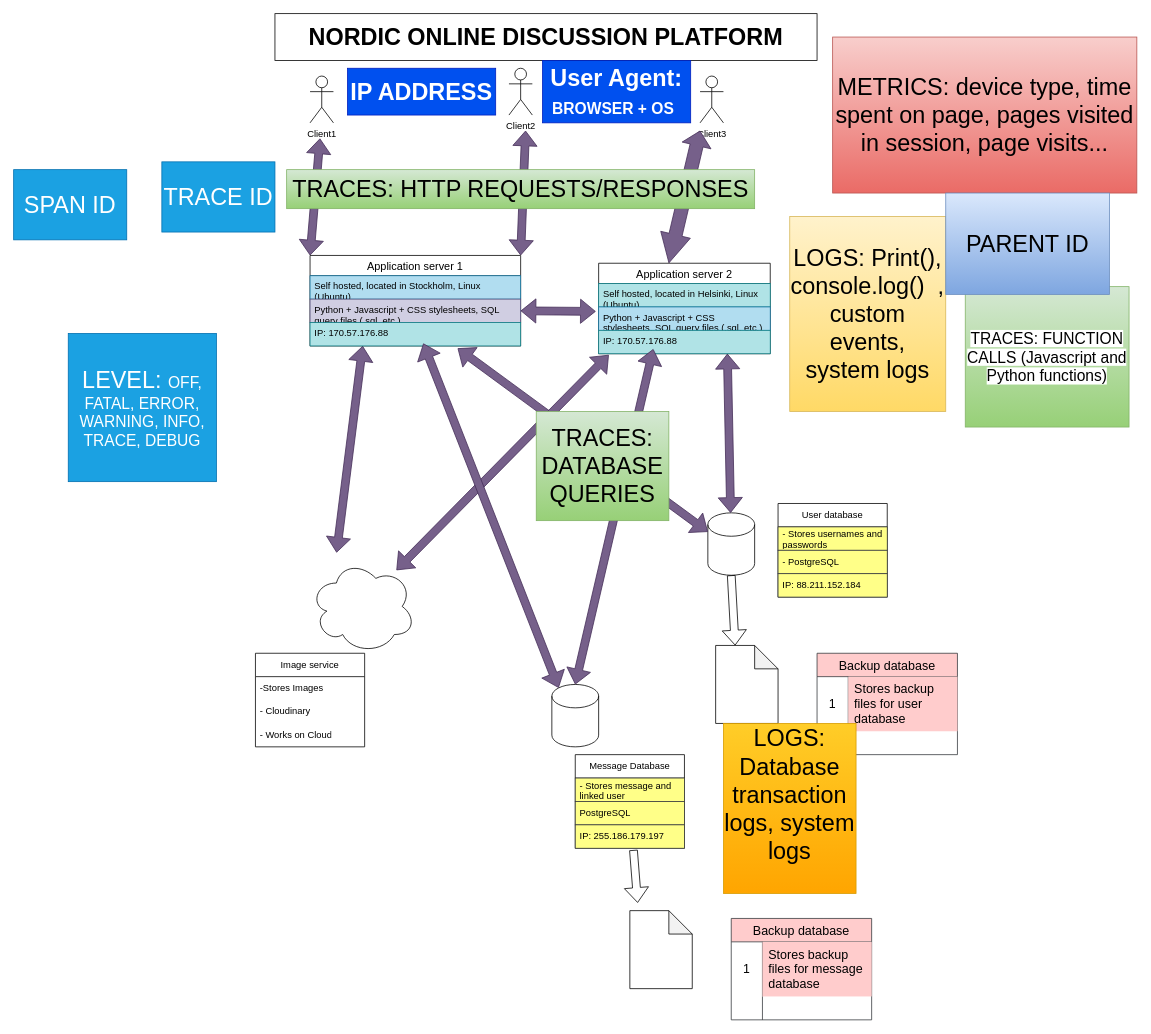
This is Imaginary_software.drawio from Fault-Furious/Documents, a draw.io file, before an edit. Source tidied: cells renumbered, new cells numbered last; positions are measured from the earlier drawing's top-left corner, leaving out a move shared by most shapes. Both pictures are drawn from the tidied source at 78%, with x=0, y=0 at pixel (13, 13).
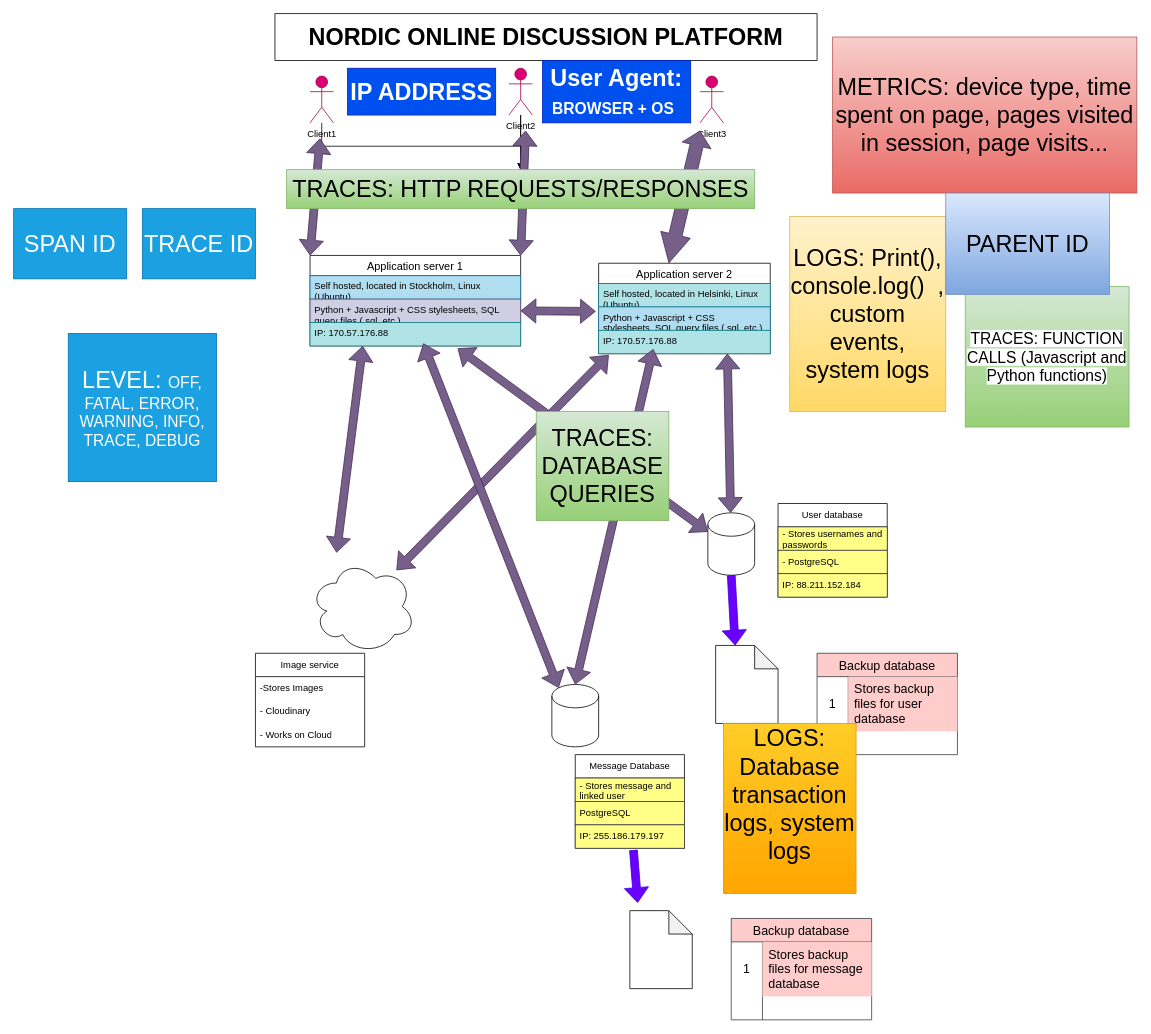
The same page after the edit.

The change refers to these unchanged cells:
```xml
<mxCell id="5" style="shape=cylinder3;whiteSpace=wrap;html=1;boundedLbl=1;backgroundOutline=1;size=15;" parent="1" vertex="1">
  <mxGeometry x="890" y="640" width="60" height="80" as="geometry" />
</mxCell>
<mxCell id="6" style="shape=note;whiteSpace=wrap;html=1;backgroundOutline=1;darkOpacity=0.05;" parent="1" vertex="1">
  <mxGeometry x="900" y="810" width="80" height="100" as="geometry" />
</mxCell>
<mxCell id="35" value="IP: 255.186.179.197 " style="text;strokeColor=#36393d;fillColor=#ffff88;align=left;verticalAlign=middle;spacingLeft=4;spacingRight=4;overflow=hidden;points=[[0,0.5],[1,0.5]];portConstraint=eastwest;whiteSpace=wrap;html=1;" parent="32" vertex="1">
  <mxGeometry y="90" width="140" height="30" as="geometry" />
</mxCell>
<mxCell id="57" value="&lt;font style=&quot;font-size: 30px;&quot;&gt;TRACES: HTTP REQUESTS/RESPONSES&lt;/font&gt;" style="text;html=1;whiteSpace=wrap;strokeColor=#82b366;fillColor=#d5e8d4;align=center;verticalAlign=middle;rounded=0;gradientColor=#97d077;" parent="1" vertex="1">
  <mxGeometry x="350" y="200" width="600" height="50" as="geometry" />
</mxCell>
```

What changed in the source:
```diff
@@
+    <mxCell id="69" style="edgeStyle=orthogonalEdgeStyle;rounded=0;jettySize=auto;html=1;" parent="1" edge="1" source="2" target="57">
+      <mxGeometry relative="1" as="geometry" />
+    </mxCell>
-    <mxCell id="2" value="Client1" style="shape=umlActor;verticalLabelPosition=bottom;verticalAlign=top;html=1;outlineConnect=0;" parent="1" vertex="1">
+    <mxCell id="2" value="&lt;span style=&quot;color: light-dark(rgb(0, 0, 0), rgb(230, 255, 204));&quot;&gt;Client1&lt;/span&gt;" style="shape=umlActor;verticalLabelPosition=bottom;verticalAlign=top;html=1;outlineConnect=0;fillColor=#d80073;fontColor=#ffffff;strokeColor=#A50040;" parent="1" vertex="1">
       <mxGeometry x="380" y="80" width="30" height="60" as="geometry" />
     </mxCell>
-    <mxCell id="3" value="Client3" style="shape=umlActor;verticalLabelPosition=bottom;verticalAlign=top;html=1;" parent="1" vertex="1">
+    <mxCell id="3" value="&lt;span style=&quot;color: light-dark(rgb(0, 0, 0), rgb(255, 255, 204));&quot;&gt;Client3&lt;/span&gt;" style="shape=umlActor;verticalLabelPosition=bottom;verticalAlign=top;html=1;fillColor=#d80073;fontColor=#ffffff;strokeColor=#A50040;" parent="1" vertex="1">
       <mxGeometry x="880" y="80" width="30" height="60" as="geometry" />
     </mxCell>
+    <mxCell id="70" style="edgeStyle=orthogonalEdgeStyle;rounded=0;jettySize=auto;html=1;" parent="1" edge="1" source="4" target="57">
+      <mxGeometry relative="1" as="geometry" />
+    </mxCell>
+    <mxCell id="71" style="edgeStyle=orthogonalEdgeStyle;rounded=0;jettySize=auto;html=1;" parent="1" edge="1" source="4" target="57">
+      <mxGeometry relative="1" as="geometry" />
+    </mxCell>
-    <mxCell id="4" value="Client2" style="shape=umlActor;verticalLabelPosition=bottom;verticalAlign=top;html=1;outlineConnect=0;" parent="1" vertex="1">
+    <mxCell id="4" value="&lt;span style=&quot;color: light-dark(rgb(0, 0, 0), rgb(255, 255, 204));&quot;&gt;Client2&lt;/span&gt;" style="shape=umlActor;verticalLabelPosition=bottom;verticalAlign=top;html=1;outlineConnect=0;fillColor=#d80073;fontColor=#ffffff;strokeColor=#A50040;" parent="1" vertex="1">
       <mxGeometry x="635" y="70" width="30" height="60" as="geometry" />
     </mxCell>
@@
-    <mxCell id="11" style="shape=flexArrow;endArrow=classic;html=1;rounded=0;exitX=0.5;exitY=1;exitDx=0;exitDy=0;exitPerimeter=0;entryX=0;entryY=0;entryDx=25;entryDy=0;entryPerimeter=0;" parent="1" edge="1" source="5" target="6">
+    <mxCell id="11" style="shape=flexArrow;endArrow=classic;html=1;rounded=0;exitX=0.5;exitY=1;exitDx=0;exitDy=0;exitPerimeter=0;entryX=0;entryY=0;entryDx=25;entryDy=0;entryPerimeter=0;fillColor=#6a00ff;strokeColor=#3700CC;" parent="1" edge="1" source="5" target="6">
       <mxGeometry relative="1" as="geometry" />
     </mxCell>
@@
-    <mxCell id="56" style="shape=flexArrow;endArrow=classic;html=1;rounded=0;exitX=0.533;exitY=1.075;exitDx=0;exitDy=0;exitPerimeter=0;" parent="1" edge="1" source="35">
+    <mxCell id="56" style="shape=flexArrow;endArrow=classic;html=1;rounded=0;exitX=0.533;exitY=1.075;exitDx=0;exitDy=0;exitPerimeter=0;fillColor=#6a00ff;strokeColor=#3700CC;" parent="1" edge="1" source="35">
       <mxGeometry relative="1" as="geometry">
         <mxPoint x="800" y="1140" as="targetPoint" />
       </mxGeometry>
     </mxCell>
@@
     <mxCell id="64" value="&lt;font style=&quot;font-size: 30px;&quot;&gt;TRACE ID&lt;/font&gt;" style="rounded=0;whiteSpace=wrap;html=1;fillColor=#1ba1e2;fontColor=#ffffff;strokeColor=#006EAF;" parent="1" vertex="1">
-      <mxGeometry x="190" y="190" width="145" height="90" as="geometry" />
+      <mxGeometry x="165" y="250" width="145" height="90" as="geometry" />
     </mxCell>
@@
     <mxCell id="66" value="&lt;font style=&quot;font-size: 30px;&quot;&gt;SPAN ID&lt;/font&gt;" style="rounded=0;whiteSpace=wrap;html=1;fillColor=#1ba1e2;fontColor=#ffffff;strokeColor=#006EAF;" parent="1" vertex="1">
-      <mxGeometry y="200" width="145" height="90" as="geometry" />
+      <mxGeometry y="250" width="145" height="90" as="geometry" />
     </mxCell>
```
